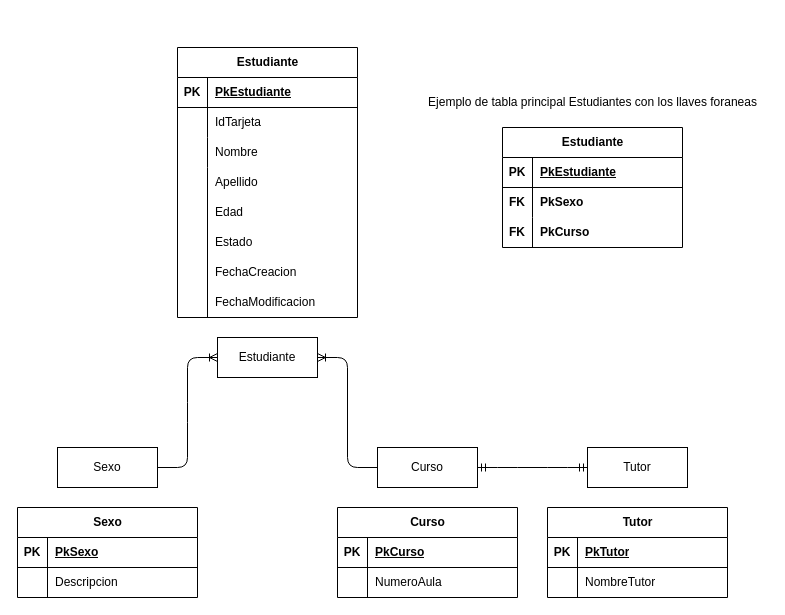
Earlier version of the draw.io diagram src/Design/MER.drawio (Panatlactic/Sistema-de-Registro-de-Asistencia---Grupo-2). Source tidied: cells renumbered, new cells numbered last; positions are measured from the earlier drawing's top-left corner, leaving out a move shared by most shapes. Both pictures are drawn from the tidied source at 100%, with x=0, y=0 at pixel (17, 47).
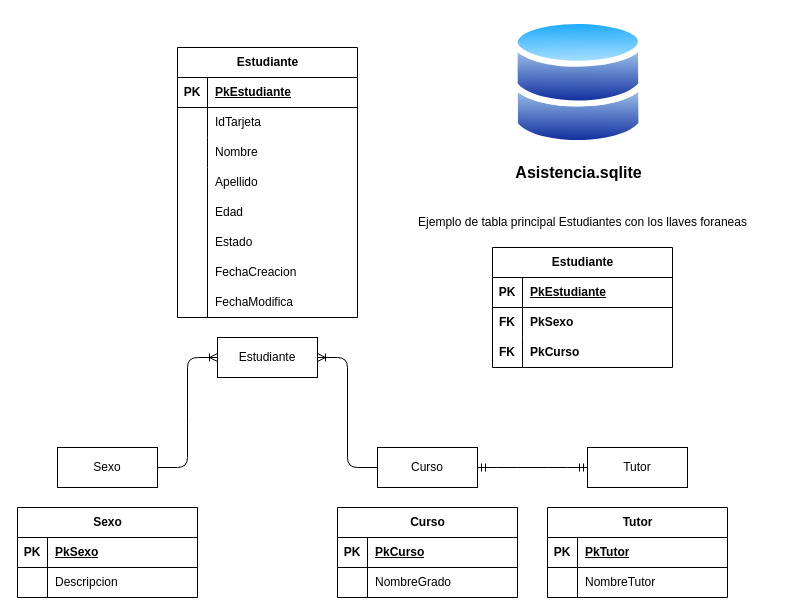
The same diagram, later.

Unchanged cells that the change refers to:
```xml
<mxCell id="10" style="group;" parent="9" vertex="1">
  <mxGeometry width="180" height="270" as="geometry" />
</mxCell>
<mxCell id="40" style="shape=tableRow;horizontal=0;startSize=0;swimlaneHead=0;swimlaneBody=0;fillColor=none;top=0;left=0;right=0;bottom=0;" parent="36" vertex="1">
  <mxGeometry y="60" width="180" height="30" as="geometry" />
</mxCell>
```

What changed in the source:
```diff
@@
-    <mxCell id="27" value="FechaModificacion" style="shape=partialRectangle;fillColor=none;top=0;left=0;bottom=0;right=0;align=left;spacingLeft=6;overflow=hidden;whiteSpace=wrap;html=1;" parent="10" vertex="1">
+    <mxCell id="27" value="FechaModifica" style="shape=partialRectangle;fillColor=none;top=0;left=0;bottom=0;right=0;align=left;spacingLeft=6;overflow=hidden;whiteSpace=wrap;html=1;" parent="10" vertex="1">
       <mxGeometry x="30" y="240" width="150" height="30" as="geometry" />
     </mxCell>
@@
-    <mxCell id="42" value="NumeroAula" style="shape=partialRectangle;fillColor=none;top=0;left=0;bottom=0;right=0;align=left;spacingLeft=6;overflow=hidden;whiteSpace=wrap;html=1;" parent="40" vertex="1">
+    <mxCell id="42" value="NombreGrado" style="shape=partialRectangle;fillColor=none;top=0;left=0;bottom=0;right=0;align=left;spacingLeft=6;overflow=hidden;whiteSpace=wrap;html=1;" parent="40" vertex="1">
       <mxGeometry x="30" width="150" height="30" as="geometry" />
     </mxCell>
@@
     <mxCell id="50" value="Ejemplo de tabla principal Estudiantes con los llaves foraneas" style="text;html=1;align=center;verticalAlign=middle;strokeColor=none;fillColor=none;" parent="1" vertex="1">
-      <mxGeometry x="400" y="40" width="350" height="30" as="geometry" />
+      <mxGeometry x="390" y="160" width="350" height="30" as="geometry" />
     </mxCell>
     <mxCell id="51" value="Estudiante" style="shape=table;startSize=30;childLayout=tableLayout;rowLines=0;fontStyle=1;align=center;html=1;" parent="1" vertex="1">
-      <mxGeometry x="485" y="80" width="180" height="120" as="geometry" />
+      <mxGeometry x="475" y="200" width="180" height="120" as="geometry" />
     </mxCell>
@@
+    <mxCell id="61" style="image;perimeter=ellipsePerimeter;html=1;align=center;shadow=0;dashed=0;spacingTop=3;image=img/lib/active_directory/databases.svg;" parent="1" vertex="1">
+      <mxGeometry x="494.7" y="-30" width="132.7" height="130" as="geometry" />
+    </mxCell>
+    <mxCell id="62" value="&lt;b&gt;&lt;font style=&quot;font-size: 16px;&quot;&gt;Asistencia.sqlite&lt;/font&gt;&lt;/b&gt;" style="text;html=1;align=center;verticalAlign=middle;strokeColor=none;fillColor=none;" parent="1" vertex="1">
+      <mxGeometry x="486" y="110" width="150" height="30" as="geometry" />
+    </mxCell>
```
